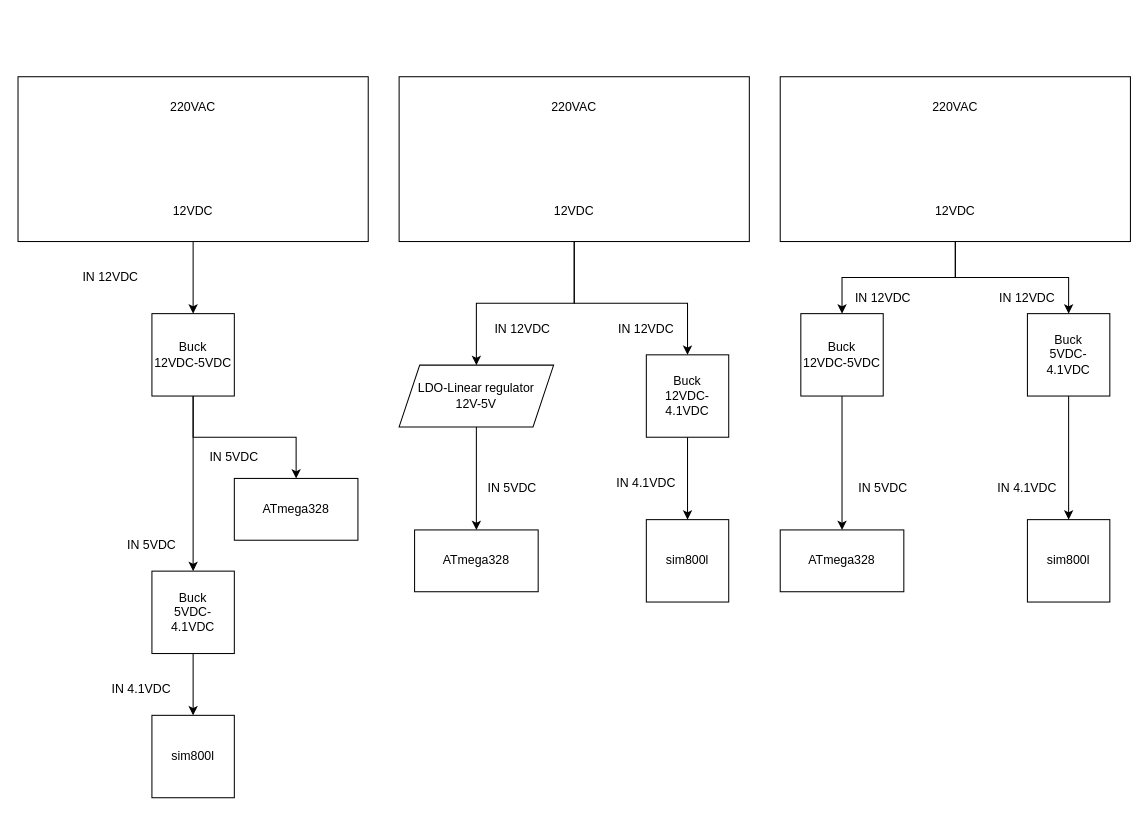
Above: Block_Diagrams/Power_Supply/power supply buck 1, 2 and3.drawio in DanielDimitrov123/Smart-Domophone (draw.io), before the change. Source tidied: cells renumbered, new cells numbered last; positions are measured from the earlier drawing's top-left corner, leaving out a move shared by most shapes. Both pictures are drawn from the tidied source at 103%, with x=0, y=0 at pixel (18, 76).
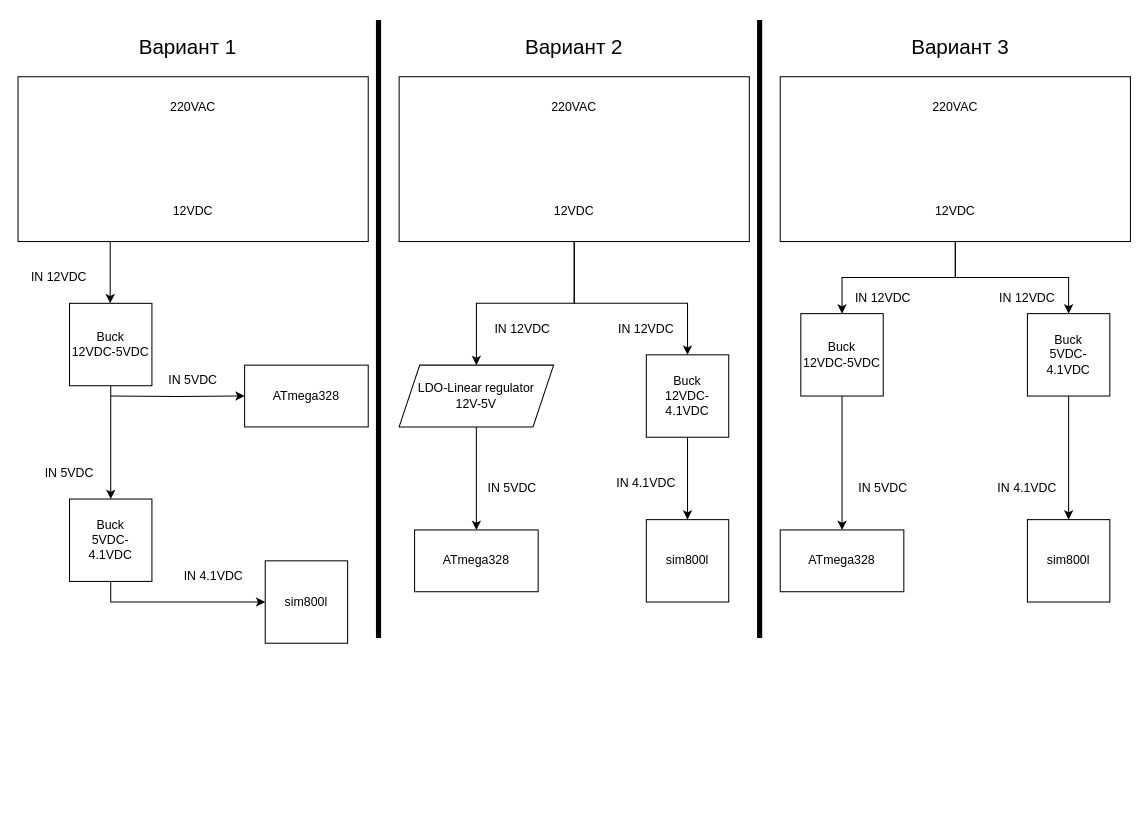
The same diagram, later.

Unchanged cells that the change refers to:
```xml
<mxCell id="37" value="&lt;div&gt;220VAC&lt;/div&gt;&lt;div&gt;&lt;br&gt;&lt;/div&gt;&lt;div&gt;&lt;br&gt;&lt;/div&gt;&lt;div&gt;&lt;br&gt;&lt;/div&gt;&lt;div&gt;&lt;br&gt;&lt;/div&gt;&lt;div&gt;&lt;br&gt;&lt;/div&gt;&lt;div&gt;&lt;br&gt;&lt;/div&gt;&lt;div&gt;12VDC&lt;/div&gt;" style="rounded=0;whiteSpace=wrap;html=1;direction=south;" parent="1" vertex="1">
  <mxGeometry width="340" height="160" as="geometry" />
</mxCell>
```

The edit, as a diff of the source:
```diff
@@
     <mxCell id="2" value="ATmega328" style="rounded=0;whiteSpace=wrap;html=1;" parent="1" vertex="1">
-      <mxGeometry x="210" y="390" width="120" height="60" as="geometry" />
+      <mxGeometry x="220" y="280" width="120" height="60" as="geometry" />
     </mxCell>
     <mxCell id="3" value="sim800l" style="whiteSpace=wrap;html=1;" parent="1" vertex="1">
-      <mxGeometry x="130" y="620" width="80" height="80" as="geometry" />
+      <mxGeometry x="240" y="470" width="80" height="80" as="geometry" />
     </mxCell>
@@
-    <mxCell id="5" style="edgeStyle=orthogonalEdgeStyle;rounded=0;jettySize=auto;html=1;exitX=0.5;exitY=1;exitDx=0;exitDy=0;" parent="1" edge="1" source="6" target="2">
-      <mxGeometry relative="1" as="geometry" />
+    <mxCell id="5" style="edgeStyle=orthogonalEdgeStyle;rounded=0;jettySize=auto;html=1;exitX=0.5;exitY=1;exitDx=0;exitDy=0;entryX=0;entryY=0.5;entryDx=0;entryDy=0;" parent="1" edge="1" target="2">
+      <mxGeometry relative="1" as="geometry">
+        <mxPoint x="90" y="310" as="sourcePoint" />
+      </mxGeometry>
     </mxCell>
     <mxCell id="6" value="Buck&lt;div&gt;12VDC-5VDC&lt;/div&gt;" style="whiteSpace=wrap;html=1;" parent="1" vertex="1">
-      <mxGeometry x="130" y="230" width="80" height="80" as="geometry" />
+      <mxGeometry x="50" y="220" width="80" height="80" as="geometry" />
     </mxCell>
-    <mxCell id="7" style="edgeStyle=orthogonalEdgeStyle;rounded=0;jettySize=auto;html=1;exitX=0.5;exitY=1;exitDx=0;exitDy=0;entryX=0.5;entryY=0;entryDx=0;entryDy=0;" parent="1" edge="1" source="8" target="3">
+    <mxCell id="7" style="edgeStyle=orthogonalEdgeStyle;rounded=0;jettySize=auto;html=1;exitX=0.5;exitY=1;exitDx=0;exitDy=0;entryX=0;entryY=0.5;entryDx=0;entryDy=0;" parent="1" edge="1" source="8" target="3">
       <mxGeometry relative="1" as="geometry" />
     </mxCell>
     <mxCell id="8" value="Buck&lt;div&gt;5VDC-4.1VDC&lt;/div&gt;" style="whiteSpace=wrap;html=1;" parent="1" vertex="1">
-      <mxGeometry x="130" y="480" width="80" height="80" as="geometry" />
+      <mxGeometry x="50" y="410" width="80" height="80" as="geometry" />
     </mxCell>
     <mxCell id="9" value="IN 4.1VDC" style="text;html=1;align=center;verticalAlign=middle;whiteSpace=wrap;rounded=0;" parent="1" vertex="1">
-      <mxGeometry x="90" y="580" width="60" height="30" as="geometry" />
+      <mxGeometry x="160" y="470" width="60" height="30" as="geometry" />
     </mxCell>
     <mxCell id="10" value="IN 5VDC" style="text;html=1;align=center;verticalAlign=middle;whiteSpace=wrap;rounded=0;" parent="1" vertex="1">
-      <mxGeometry x="100" y="440" width="60" height="30" as="geometry" />
+      <mxGeometry x="20" y="370" width="60" height="30" as="geometry" />
     </mxCell>
     <mxCell id="11" value="IN 12VDC" style="text;html=1;align=center;verticalAlign=middle;whiteSpace=wrap;rounded=0;" parent="1" vertex="1">
-      <mxGeometry x="60" y="180" width="60" height="30" as="geometry" />
+      <mxGeometry x="10" y="180" width="60" height="30" as="geometry" />
     </mxCell>
     <mxCell id="12" value="IN 5VDC" style="text;html=1;align=center;verticalAlign=middle;whiteSpace=wrap;rounded=0;" parent="1" vertex="1">
-      <mxGeometry x="180" y="355" width="60" height="30" as="geometry" />
+      <mxGeometry x="140" y="280" width="60" height="30" as="geometry" />
     </mxCell>
@@
-    <mxCell id="36" style="edgeStyle=orthogonalEdgeStyle;rounded=0;jettySize=auto;html=1;exitX=1;exitY=0.5;exitDx=0;exitDy=0;entryX=0.5;entryY=0;entryDx=0;entryDy=0;" parent="1" edge="1" source="37" target="6">
-      <mxGeometry relative="1" as="geometry" />
-    </mxCell>
+    <mxCell id="41" style="edgeStyle=orthogonalEdgeStyle;rounded=0;orthogonalLoop=1;jettySize=auto;html=1;" parent="1" edge="1">
+      <mxGeometry relative="1" as="geometry">
+        <mxPoint x="89.5" y="160" as="sourcePoint" />
+        <mxPoint x="89.5" y="220" as="targetPoint" />
+        <Array as="points">
+          <mxPoint x="89.5" y="190" />
+          <mxPoint x="89.5" y="190" />
+        </Array>
+      </mxGeometry>
+    </mxCell>
@@
+    <mxCell id="42" style="endArrow=none;html=1;rounded=0;strokeWidth=5;" parent="1" edge="1">
+      <mxGeometry relative="1" as="geometry">
+        <mxPoint x="350" y="545" as="sourcePoint" />
+        <mxPoint x="350" y="-55" as="targetPoint" />
+      </mxGeometry>
+    </mxCell>
+    <mxCell id="43" style="endArrow=none;html=1;rounded=0;strokeWidth=5;" parent="1" edge="1">
+      <mxGeometry relative="1" as="geometry">
+        <mxPoint x="720" y="545" as="sourcePoint" />
+        <mxPoint x="720" y="-55" as="targetPoint" />
+      </mxGeometry>
+    </mxCell>
+    <mxCell id="44" value="&lt;font style=&quot;font-size: 20px;&quot;&gt;Вариант 1&lt;/font&gt;" style="text;html=1;align=center;verticalAlign=middle;whiteSpace=wrap;rounded=0;" parent="1" vertex="1">
+      <mxGeometry x="100" y="-45" width="130" height="30" as="geometry" />
+    </mxCell>
+    <mxCell id="45" value="&lt;font style=&quot;font-size: 20px;&quot;&gt;Вариант 2&lt;/font&gt;" style="text;html=1;align=center;verticalAlign=middle;whiteSpace=wrap;rounded=0;" parent="1" vertex="1">
+      <mxGeometry x="475" y="-45" width="130" height="30" as="geometry" />
+    </mxCell>
+    <mxCell id="46" value="&lt;font style=&quot;font-size: 20px;&quot;&gt;Вариант 3&lt;/font&gt;" style="text;html=1;align=center;verticalAlign=middle;whiteSpace=wrap;rounded=0;" parent="1" vertex="1">
+      <mxGeometry x="850" y="-45" width="130" height="30" as="geometry" />
+    </mxCell>
```
